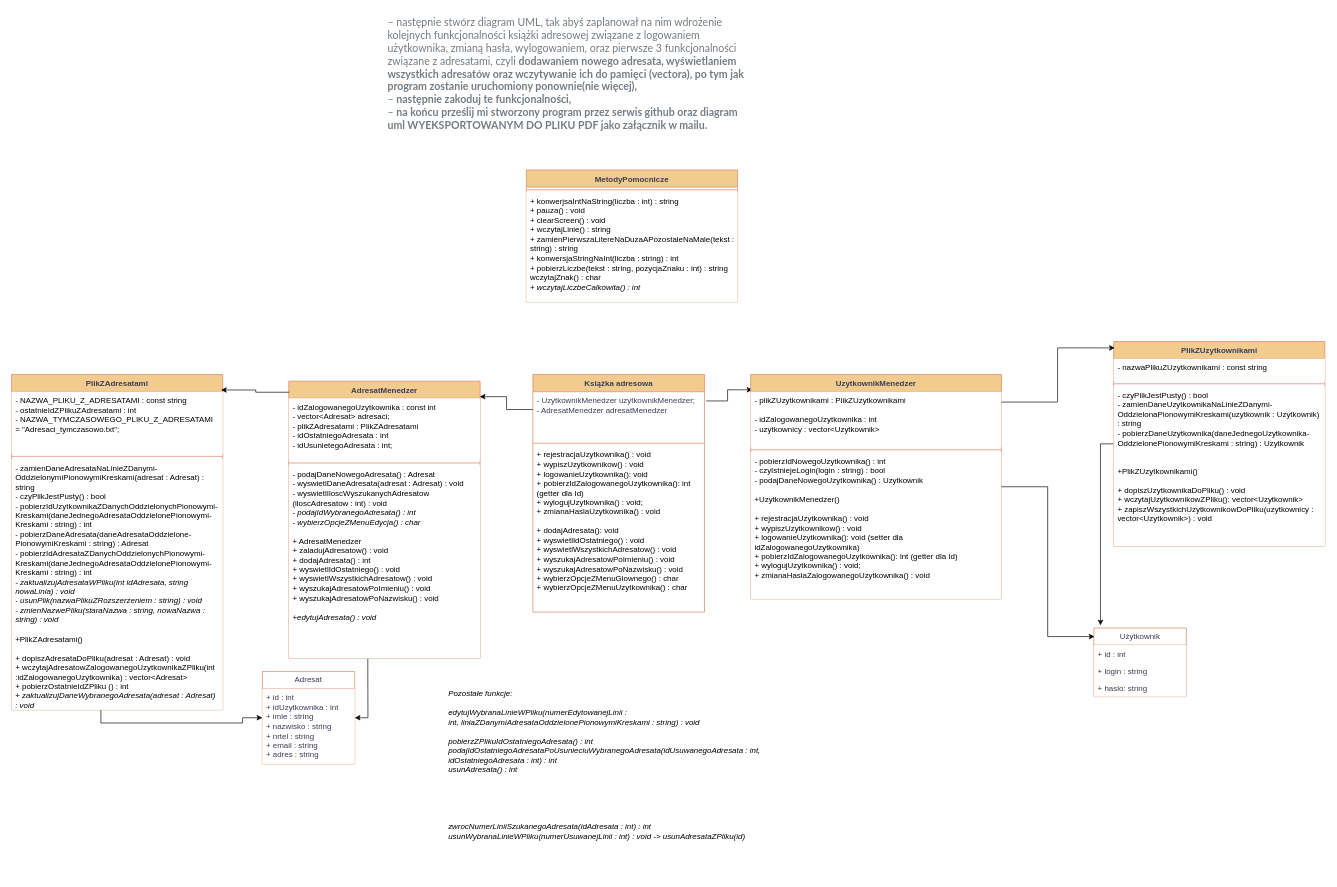
This is Ksiazka adresowa.drawio from endyyKD/KsiazkaAdresowa_OOP, a draw.io file, before an edit. Source tidied: cells renumbered, new cells numbered last; positions are measured from the earlier drawing's top-left corner, leaving out a move shared by most shapes. Both pictures are drawn from the tidied source at 66%, with x=0, y=0 at pixel (11, 11).
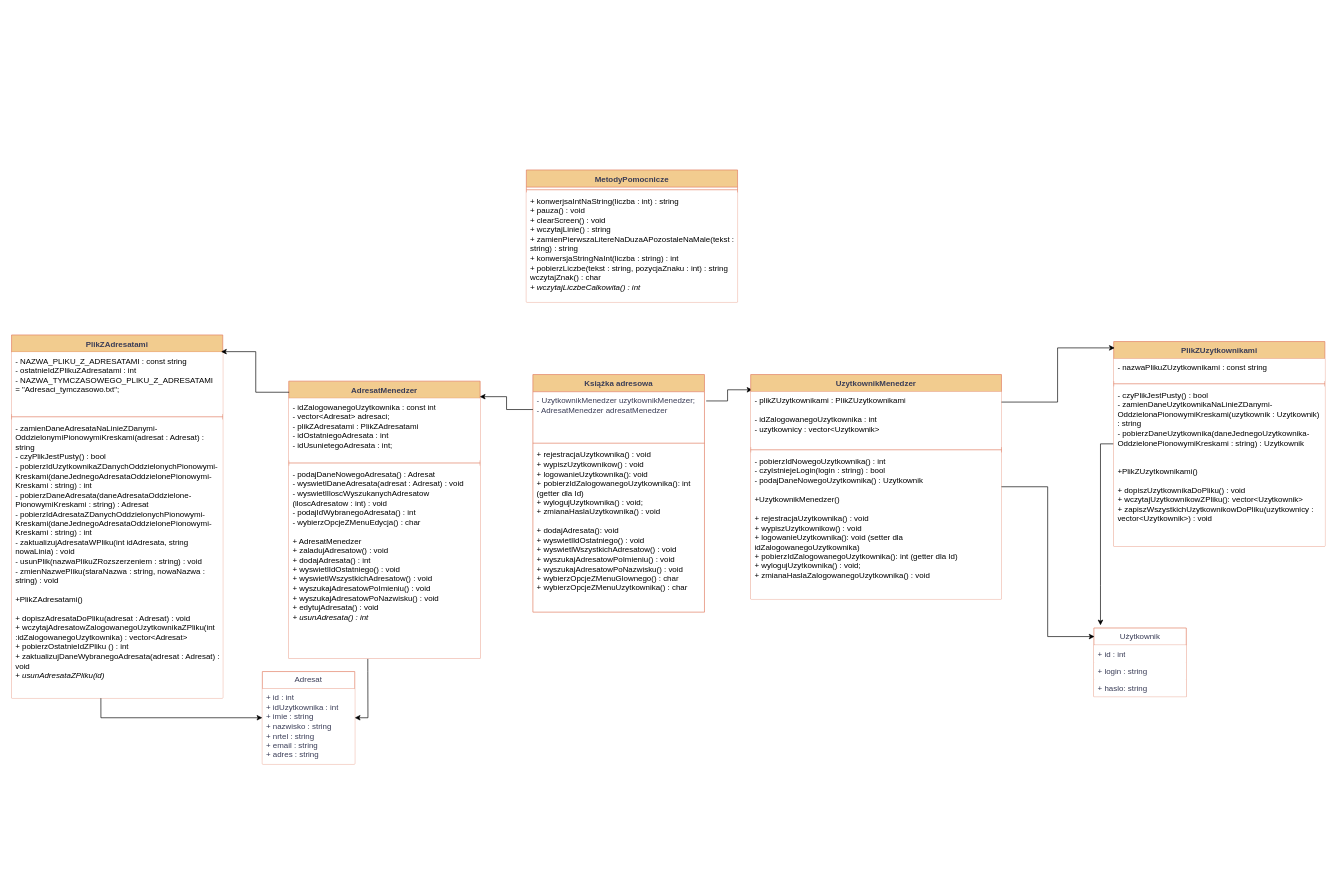
The same page after the edit.

The change refers to these unchanged cells:
```xml
<mxCell id="27" value="AdresatMenedzer" style="swimlane;fontStyle=1;align=center;verticalAlign=top;horizontal=1;startSize=26;whiteSpace=wrap;html=1;labelBackgroundColor=none;fillColor=#F2CC8F;strokeColor=#E07A5F;fontColor=#393C56;" parent="1" vertex="1">
  <mxGeometry x="420" y="560" width="290" height="420" as="geometry" />
</mxCell>
```

Diff of the diagram source:
```diff
@@
-    <mxCell id="25" value="Pozostałe funkcje:&#10;&#10;edytujWybranaLinieWPliku(numerEdytowanejLinii : int, liniaZDanymiAdresataOddzielonePionowymiKreskami : string) : void&#10;&#10;pobierzZPlikuIdOstatniegoAdresata() : int&#10;podajIdOstatniegoAdresataPoUsunieciuWybranegoAdresata(idUsuwanegoAdresata : int, idOstatniegoAdresata : int) : int&#10;usunAdresata() : int&#10;&#10;&#10;&#10;&#10;&#10;zwrocNumerLiniiSzukanegoAdresata(idAdresata : int) : int&#10;usunWybranaLinieWPliku(numerUsuwanejLinii : int) : void -&gt; usunAdresataZPliku(id)" style="text;whiteSpace=wrap;fontStyle=2;strokeColor=none;" parent="1" vertex="1">
-      <mxGeometry x="660" y="1020" width="560" height="290" as="geometry" />
-    </mxCell>
-    <mxCell id="26" value="&lt;span style=&quot;color: rgb(116, 124, 131); font-family: Lato, &amp;quot;Helvetica Neue&amp;quot;, Helvetica, Arial, San-serif; font-size: 16px; font-style: normal; font-variant-ligatures: normal; font-variant-caps: normal; font-weight: 400; letter-spacing: normal; orphans: 2; text-align: justify; text-indent: 0px; text-transform: none; widows: 2; word-spacing: 0px; -webkit-text-stroke-width: 0px; white-space: normal; background-color: rgb(255, 255, 255); text-decoration-thickness: initial; text-decoration-style: initial; text-decoration-color: initial; display: inline !important; float: none;&quot;&gt;– następnie stwórz diagram UML, tak abyś&amp;nbsp;zaplanował na nim wdrożenie kolejnych funkcjonalności książki adresowej związane z logowaniem użytkownika, zmianą hasła, wylogowaniem, oraz&amp;nbsp;pierwsze 3 funkcjonalności związane z adresatami, czyli&lt;span&gt;&amp;nbsp;&lt;/span&gt;&lt;/span&gt;&lt;strong style=&quot;box-sizing: border-box; font-weight: 700; color: rgb(116, 124, 131); font-family: Lato, &amp;quot;Helvetica Neue&amp;quot;, Helvetica, Arial, San-serif; font-size: 16px; font-style: normal; font-variant-ligatures: normal; font-variant-caps: normal; letter-spacing: normal; orphans: 2; text-align: justify; text-indent: 0px; text-transform: none; widows: 2; word-spacing: 0px; -webkit-text-stroke-width: 0px; white-space: normal; background-color: rgb(255, 255, 255); text-decoration-thickness: initial; text-decoration-style: initial; text-decoration-color: initial;&quot;&gt;dodawaniem nowego adresata, wyświetlaniem wszystkich adresatów oraz wczytywanie ich do pamięci (vectora), po tym jak program zostanie uruchomiony ponownie(nie więcej),&lt;/strong&gt;&lt;br style=&quot;box-sizing: border-box; color: rgb(116, 124, 131); font-family: Lato, &amp;quot;Helvetica Neue&amp;quot;, Helvetica, Arial, San-serif; font-size: 16px; font-style: normal; font-variant-ligatures: normal; font-variant-caps: normal; font-weight: 400; letter-spacing: normal; orphans: 2; text-align: justify; text-indent: 0px; text-transform: none; widows: 2; word-spacing: 0px; -webkit-text-stroke-width: 0px; white-space: normal; background-color: rgb(255, 255, 255); text-decoration-thickness: initial; text-decoration-style: initial; text-decoration-color: initial;&quot;&gt;&lt;span style=&quot;color: rgb(116, 124, 131); font-family: Lato, &amp;quot;Helvetica Neue&amp;quot;, Helvetica, Arial, San-serif; font-size: 16px; font-style: normal; font-variant-ligatures: normal; font-variant-caps: normal; font-weight: 400; letter-spacing: normal; orphans: 2; text-align: justify; text-indent: 0px; text-transform: none; widows: 2; word-spacing: 0px; -webkit-text-stroke-width: 0px; white-space: normal; background-color: rgb(255, 255, 255); text-decoration-thickness: initial; text-decoration-style: initial; text-decoration-color: initial; display: inline !important; float: none;&quot;&gt;–&lt;span&gt;&amp;nbsp;&lt;/span&gt;&lt;/span&gt;&lt;strong style=&quot;box-sizing: border-box; font-weight: 700; color: rgb(116, 124, 131); font-family: Lato, &amp;quot;Helvetica Neue&amp;quot;, Helvetica, Arial, San-serif; font-size: 16px; font-style: normal; font-variant-ligatures: normal; font-variant-caps: normal; letter-spacing: normal; orphans: 2; text-align: justify; text-indent: 0px; text-transform: none; widows: 2; word-spacing: 0px; -webkit-text-stroke-width: 0px; white-space: normal; background-color: rgb(255, 255, 255); text-decoration-thickness: initial; text-decoration-style: initial; text-decoration-color: initial;&quot;&gt;następnie zakoduj te funkcjonalności,&lt;/strong&gt;&lt;br style=&quot;box-sizing: border-box; color: rgb(116, 124, 131); font-family: Lato, &amp;quot;Helvetica Neue&amp;quot;, Helvetica, Arial, San-serif; font-size: 16px; font-style: normal; font-variant-ligatures: normal; font-variant-caps: normal; font-weight: 400; letter-spacing: normal; orphans: 2; text-align: justify; text-indent: 0px; text-transform: none; widows: 2; word-spacing: 0px; -webkit-text-stroke-width: 0px; white-space: normal; background-color: rgb(255, 255, 255); text-decoration-thickness: initial; text-decoration-style: initial; text-decoration-color: initial;&quot;&gt;&lt;span style=&quot;color: rgb(116, 124, 131); font-family: Lato, &amp;quot;Helvetica Neue&amp;quot;, Helvetica, Arial, San-serif; font-size: 16px; font-style: normal; font-variant-ligatures: normal; font-variant-caps: normal; font-weight: 400; letter-spacing: normal; orphans: 2; text-align: justify; text-indent: 0px; text-transform: none; widows: 2; word-spacing: 0px; -webkit-text-stroke-width: 0px; white-space: normal; background-color: rgb(255, 255, 255); text-decoration-thickness: initial; text-decoration-style: initial; text-decoration-color: initial; display: inline !important; float: none;&quot;&gt;–&lt;span&gt;&amp;nbsp;&lt;/span&gt;&lt;/span&gt;&lt;strong style=&quot;box-sizing: border-box; font-weight: 700; color: rgb(116, 124, 131); font-family: Lato, &amp;quot;Helvetica Neue&amp;quot;, Helvetica, Arial, San-serif; font-size: 16px; font-style: normal; font-variant-ligatures: normal; font-variant-caps: normal; letter-spacing: normal; orphans: 2; text-align: justify; text-indent: 0px; text-transform: none; widows: 2; word-spacing: 0px; -webkit-text-stroke-width: 0px; white-space: normal; background-color: rgb(255, 255, 255); text-decoration-thickness: initial; text-decoration-style: initial; text-decoration-color: initial;&quot;&gt;na końcu prześlij mi stworzony program przez serwis github oraz diagram uml WYEKSPORTOWANYM DO PLIKU PDF jako załącznik w mailu.&lt;/strong&gt;" style="text;whiteSpace=wrap;html=1;" parent="1" vertex="1">
-      <mxGeometry x="568" width="560" height="230" as="geometry" />
-    </mxCell>
@@
-    <mxCell id="30" value="&lt;div&gt;&lt;font color=&quot;#000000&quot;&gt;- podajDaneNowegoAdresata() : Adresat&lt;/font&gt;&lt;/div&gt;&lt;div&gt;&lt;span style=&quot;color: rgb(0, 0, 0); background-color: transparent;&quot;&gt;-&amp;nbsp;&lt;/span&gt;&lt;span style=&quot;color: rgb(0, 0, 0); background-color: transparent;&quot;&gt;wyswietlDaneAdresata(adresat : Adresat) : void&lt;/span&gt;&lt;/div&gt;&lt;div&gt;&lt;span style=&quot;color: rgb(0, 0, 0); background-color: transparent;&quot;&gt;-&amp;nbsp;&lt;/span&gt;&lt;span style=&quot;color: rgb(0, 0, 0); background-color: transparent;&quot;&gt;wyswietlIloscWyszukanychAdresatow (iloscAdresatow : int) : void&lt;/span&gt;&lt;/div&gt;&lt;div&gt;&lt;span style=&quot;background-color: transparent; color: rgb(0, 0, 0);&quot;&gt;-&amp;nbsp;&lt;/span&gt;&lt;span style=&quot;color: rgb(0, 0, 0); font-style: italic; background-color: transparent;&quot;&gt;podajIdWybranegoAdresata() : int&lt;/span&gt;&lt;/div&gt;&lt;div&gt;&lt;span style=&quot;background-color: transparent; color: rgb(0, 0, 0);&quot;&gt;-&amp;nbsp;&lt;/span&gt;&lt;span style=&quot;color: rgb(0, 0, 0); font-style: italic; background-color: transparent;&quot;&gt;wybierzOpcjeZMenuEdycja() : char&lt;/span&gt;&lt;/div&gt;&lt;div&gt;&lt;br&gt;&lt;/div&gt;&lt;div&gt;&lt;span style=&quot;background-color: transparent; color: rgb(0, 0, 0);&quot;&gt;+ AdresatMenedzer&lt;/span&gt;&lt;/div&gt;&lt;div&gt;&lt;span style=&quot;background-color: transparent; color: rgb(0, 0, 0);&quot;&gt;+ zaladujAdresatow() : void&lt;/span&gt;&lt;/div&gt;&lt;div&gt;&lt;span style=&quot;background-color: transparent; color: rgb(0, 0, 0);&quot;&gt;+ dodajAdresata() : int&lt;/span&gt;&lt;/div&gt;&lt;div&gt;&lt;span style=&quot;background-color: transparent; color: rgb(0, 0, 0);&quot;&gt;+&amp;nbsp;&lt;/span&gt;&lt;span style=&quot;background-color: transparent;&quot;&gt;&lt;font color=&quot;#000000&quot;&gt;wyswietlIdOstatniego() : void&lt;/font&gt;&lt;/span&gt;&lt;/div&gt;&lt;div&gt;&lt;span style=&quot;color: rgb(0, 0, 0); background-color: transparent;&quot;&gt;+ wyswietlWszystkichAdresatow() : void&lt;/span&gt;&lt;/div&gt;&lt;div&gt;&lt;span style=&quot;color: rgb(0, 0, 0); background-color: transparent;&quot;&gt;+&amp;nbsp;&lt;/span&gt;&lt;span style=&quot;color: rgb(0, 0, 0); background-color: transparent;&quot;&gt;wyszukajAdresatowPoImieniu() : void&lt;/span&gt;&lt;/div&gt;&lt;div&gt;&lt;span style=&quot;color: rgb(0, 0, 0); background-color: transparent;&quot;&gt;+ wyszukajAdresatowPoNazwisku() : void&lt;/span&gt;&lt;/div&gt;&lt;div&gt;&lt;span style=&quot;color: rgb(0, 0, 0); background-color: transparent;&quot;&gt;&lt;br&gt;&lt;/span&gt;&lt;/div&gt;&lt;div&gt;&lt;font color=&quot;#000000&quot;&gt;+&lt;/font&gt;&lt;span style=&quot;color: rgb(0, 0, 0); font-style: italic; background-color: transparent;&quot;&gt;edytujAdresata() : void&lt;/span&gt;&lt;/div&gt;&lt;div&gt;&lt;br&gt;&lt;/div&gt;" style="text;strokeColor=none;fillColor=default;align=left;verticalAlign=top;spacingLeft=4;spacingRight=4;overflow=hidden;points=[[0,0.5],[1,0.5]];portConstraint=eastwest;whiteSpace=wrap;html=1;labelBackgroundColor=none;fontColor=#393C56;" parent="27" vertex="1">
+    <mxCell id="30" value="&lt;div&gt;&lt;font color=&quot;#000000&quot;&gt;- podajDaneNowegoAdresata() : Adresat&lt;/font&gt;&lt;/div&gt;&lt;div&gt;&lt;span style=&quot;color: rgb(0, 0, 0); background-color: transparent;&quot;&gt;-&amp;nbsp;&lt;/span&gt;&lt;span style=&quot;color: rgb(0, 0, 0); background-color: transparent;&quot;&gt;wyswietlDaneAdresata(adresat : Adresat) : void&lt;/span&gt;&lt;/div&gt;&lt;div&gt;&lt;span style=&quot;color: rgb(0, 0, 0); background-color: transparent;&quot;&gt;-&amp;nbsp;&lt;/span&gt;&lt;span style=&quot;color: rgb(0, 0, 0); background-color: transparent;&quot;&gt;wyswietlIloscWyszukanychAdresatow (iloscAdresatow : int) : void&lt;/span&gt;&lt;/div&gt;&lt;div&gt;&lt;span style=&quot;background-color: transparent; color: rgb(0, 0, 0);&quot;&gt;-&amp;nbsp;&lt;/span&gt;&lt;span style=&quot;color: rgb(0, 0, 0); background-color: transparent;&quot;&gt;podajIdWybranegoAdresata() : int&lt;/span&gt;&lt;/div&gt;&lt;div&gt;&lt;span style=&quot;background-color: transparent; color: rgb(0, 0, 0);&quot;&gt;-&amp;nbsp;&lt;/span&gt;&lt;span style=&quot;color: rgb(0, 0, 0); background-color: transparent;&quot;&gt;wybierzOpcjeZMenuEdycja() : char&lt;/span&gt;&lt;/div&gt;&lt;div&gt;&lt;br&gt;&lt;/div&gt;&lt;div&gt;&lt;span style=&quot;background-color: transparent; color: rgb(0, 0, 0);&quot;&gt;+ AdresatMenedzer&lt;/span&gt;&lt;/div&gt;&lt;div&gt;&lt;span style=&quot;background-color: transparent; color: rgb(0, 0, 0);&quot;&gt;+ zaladujAdresatow() : void&lt;/span&gt;&lt;/div&gt;&lt;div&gt;&lt;span style=&quot;background-color: transparent; color: rgb(0, 0, 0);&quot;&gt;+ dodajAdresata() : int&lt;/span&gt;&lt;/div&gt;&lt;div&gt;&lt;span style=&quot;background-color: transparent; color: rgb(0, 0, 0);&quot;&gt;+&amp;nbsp;&lt;/span&gt;&lt;span style=&quot;background-color: transparent;&quot;&gt;&lt;font color=&quot;#000000&quot;&gt;wyswietlIdOstatniego() : void&lt;/font&gt;&lt;/span&gt;&lt;/div&gt;&lt;div&gt;&lt;span style=&quot;color: rgb(0, 0, 0); background-color: transparent;&quot;&gt;+ wyswietlWszystkichAdresatow() : void&lt;/span&gt;&lt;/div&gt;&lt;div&gt;&lt;span style=&quot;color: rgb(0, 0, 0); background-color: transparent;&quot;&gt;+&amp;nbsp;&lt;/span&gt;&lt;span style=&quot;color: rgb(0, 0, 0); background-color: transparent;&quot;&gt;wyszukajAdresatowPoImieniu() : void&lt;/span&gt;&lt;/div&gt;&lt;div&gt;&lt;span style=&quot;color: rgb(0, 0, 0); background-color: transparent;&quot;&gt;+ wyszukajAdresatowPoNazwisku() : void&lt;/span&gt;&lt;/div&gt;&lt;div&gt;&lt;font style=&quot;background-color: transparent;&quot; color=&quot;#000000&quot;&gt;+&amp;nbsp;&lt;/font&gt;&lt;span style=&quot;background-color: transparent; color: rgb(0, 0, 0);&quot;&gt;edytujAdresata() : void&lt;/span&gt;&lt;/div&gt;&lt;div&gt;&lt;span style=&quot;background-color: transparent; color: rgb(0, 0, 0);&quot;&gt;&lt;span style=&quot;font-style: italic;&quot;&gt;+ usunAdresata() : int&lt;/span&gt;&lt;/span&gt;&lt;/div&gt;&lt;div&gt;&lt;br&gt;&lt;/div&gt;" style="text;strokeColor=none;fillColor=default;align=left;verticalAlign=top;spacingLeft=4;spacingRight=4;overflow=hidden;points=[[0,0.5],[1,0.5]];portConstraint=eastwest;whiteSpace=wrap;html=1;labelBackgroundColor=none;fontColor=#393C56;" parent="27" vertex="1">
       <mxGeometry y="128" width="290" height="292" as="geometry" />
     </mxCell>
@@
     <mxCell id="34" value="PlikZAdresatami" style="swimlane;fontStyle=1;align=center;verticalAlign=top;horizontal=1;startSize=26;whiteSpace=wrap;html=1;labelBackgroundColor=none;fillColor=#F2CC8F;strokeColor=#E07A5F;fontColor=#393C56;" parent="1" vertex="1">
-      <mxGeometry y="550" width="320" height="508" as="geometry" />
+      <mxGeometry y="490" width="320" height="550" as="geometry" />
     </mxCell>
@@
-    <mxCell id="37" value="&lt;div&gt;&lt;span style=&quot;color: rgb(0, 0, 0);&quot;&gt;- zamienDaneAdresataNaLinieZDanymi-OddzielonymiPionowymiKreskami(adresat : Adresat) : string&lt;/span&gt;&lt;/div&gt;&lt;div&gt;&lt;span style=&quot;color: rgb(0, 0, 0);&quot;&gt;&lt;div style=&quot;color: rgb(0, 0, 0);&quot;&gt;&lt;div style=&quot;padding: 0px; margin: 0px;&quot;&gt;&lt;span style=&quot;background-color: transparent;&quot;&gt;- czyPlikJestPusty() : bool&lt;/span&gt;&lt;/div&gt;&lt;/div&gt;&lt;div style=&quot;color: rgb(0, 0, 0);&quot;&gt;-&amp;nbsp;&lt;span style=&quot;background-color: transparent;&quot;&gt;pobierzIdUzytkownikaZDanychOddzielonychPionowymi-Kreskami(daneJednegoAdresataOddzielonePionowymi-Kreskami : string) : int&lt;/span&gt;&lt;/div&gt;&lt;div style=&quot;color: rgb(0, 0, 0);&quot;&gt;-&amp;nbsp;&lt;span style=&quot;background-color: transparent;&quot;&gt;pobierzDaneAdresata(daneAdresataOddzielone-PionowymiKreskami : string) : Adresat&lt;/span&gt;&lt;/div&gt;&lt;div style=&quot;color: rgb(0, 0, 0);&quot;&gt;&lt;span style=&quot;background-color: transparent;&quot;&gt;-&amp;nbsp;&lt;/span&gt;&lt;span style=&quot;background-color: transparent;&quot;&gt;pobierzIdAdresataZDanychOddzielonychPionowymi-Kreskami(daneJednegoAdresataOddzielonePionowymi-Kreskami : string) : int&lt;/span&gt;&lt;/div&gt;&lt;div style=&quot;color: rgb(0, 0, 0);&quot;&gt;&lt;i&gt;&lt;span style=&quot;color: rgb(0, 0, 0); background-color: transparent;&quot;&gt;-&amp;nbsp;&lt;/span&gt;&lt;span style=&quot;background-color: transparent;&quot;&gt;&lt;font color=&quot;#000000&quot;&gt;zaktualizujAdresataWPliku(int idAdresata, string nowaLinia) : void&lt;/font&gt;&lt;/span&gt;&lt;/i&gt;&lt;/div&gt;&lt;div style=&quot;color: rgb(0, 0, 0);&quot;&gt;&lt;span style=&quot;background-color: transparent;&quot;&gt;-&amp;nbsp;&lt;/span&gt;&lt;span style=&quot;font-style: italic; background-color: transparent;&quot;&gt;usunPlik(nazwaPlikuZRozszerzeniem : string) : void&lt;/span&gt;&lt;/div&gt;&lt;div style=&quot;color: rgb(0, 0, 0);&quot;&gt;&lt;span style=&quot;background-color: transparent;&quot;&gt;-&amp;nbsp;&lt;/span&gt;&lt;span style=&quot;font-style: italic; background-color: transparent;&quot;&gt;zmienNazwePliku(staraNazwa : string, nowaNazwa : string) : void&lt;/span&gt;&lt;/div&gt;&lt;div style=&quot;color: rgb(0, 0, 0);&quot;&gt;&lt;span style=&quot;background-color: transparent;&quot;&gt;&lt;br&gt;&lt;/span&gt;&lt;/div&gt;&lt;div style=&quot;color: rgb(0, 0, 0);&quot;&gt;&lt;div style=&quot;color: rgb(57, 60, 86);&quot;&gt;&lt;span style=&quot;color: rgb(0, 0, 0);&quot;&gt;+PlikZAdresatami()&lt;/span&gt;&lt;/div&gt;&lt;div style=&quot;color: rgb(57, 60, 86);&quot;&gt;&lt;span style=&quot;color: rgb(0, 0, 0);&quot;&gt;&lt;br&gt;&lt;/span&gt;&lt;/div&gt;&lt;div style=&quot;color: rgb(57, 60, 86);&quot;&gt;&lt;span style=&quot;color: rgb(0, 0, 0);&quot;&gt;+ dopiszAdresataDoPliku(adresat : Adresat) : void&lt;/span&gt;&lt;/div&gt;&lt;div style=&quot;color: rgb(57, 60, 86);&quot;&gt;&lt;span style=&quot;color: rgb(0, 0, 0); background-color: transparent;&quot;&gt;+ wczytajAdresatowZalogowanegoUzytkownikaZPliku(int :idZalogowanegoUzytkownika) : vector&amp;lt;Adresat&amp;gt;&lt;/span&gt;&lt;/div&gt;&lt;div style=&quot;color: rgb(57, 60, 86);&quot;&gt;&lt;span style=&quot;color: rgb(0, 0, 0); background-color: transparent;&quot;&gt;+&amp;nbsp;&lt;/span&gt;&lt;span style=&quot;background-color: transparent;&quot;&gt;&lt;font color=&quot;#000000&quot;&gt;pobierzOstatnieIdZPliku () : int&lt;/font&gt;&lt;/span&gt;&lt;/div&gt;&lt;div style=&quot;color: rgb(57, 60, 86);&quot;&gt;&lt;span style=&quot;background-color: transparent; color: rgb(0, 0, 0);&quot;&gt;+&amp;nbsp;&lt;/span&gt;&lt;span style=&quot;background-color: transparent; color: rgb(0, 0, 0); font-style: italic;&quot;&gt;zaktualizujDaneWybranegoAdresata(adresat : Adresat) : void&lt;/span&gt;&lt;/div&gt;&lt;div&gt;&lt;span style=&quot;background-color: transparent; color: rgb(0, 0, 0); font-style: italic;&quot;&gt;&lt;br&gt;&lt;/span&gt;&lt;/div&gt;&lt;div style=&quot;color: rgb(57, 60, 86);&quot;&gt;&lt;br&gt;&lt;/div&gt;&lt;div style=&quot;color: rgb(57, 60, 86);&quot;&gt;&lt;br&gt;&lt;/div&gt;&lt;div style=&quot;color: rgb(57, 60, 86);&quot;&gt;&lt;br&gt;&lt;/div&gt;&lt;/div&gt;&lt;/span&gt;&lt;/div&gt;" style="text;strokeColor=none;fillColor=default;align=left;verticalAlign=top;spacingLeft=4;spacingRight=4;overflow=hidden;points=[[0,0.5],[1,0.5]];portConstraint=eastwest;whiteSpace=wrap;html=1;labelBackgroundColor=none;fontColor=#393C56;" parent="34" vertex="1">
-      <mxGeometry y="128" width="320" height="380" as="geometry" />
+    <mxCell id="37" value="&lt;div&gt;&lt;span style=&quot;color: rgb(0, 0, 0);&quot;&gt;- zamienDaneAdresataNaLinieZDanymi-OddzielonymiPionowymiKreskami(adresat : Adresat) : string&lt;/span&gt;&lt;/div&gt;&lt;div&gt;&lt;span style=&quot;color: rgb(0, 0, 0);&quot;&gt;&lt;div style=&quot;color: rgb(0, 0, 0);&quot;&gt;&lt;div style=&quot;padding: 0px; margin: 0px;&quot;&gt;&lt;span style=&quot;background-color: transparent;&quot;&gt;- czyPlikJestPusty() : bool&lt;/span&gt;&lt;/div&gt;&lt;/div&gt;&lt;div style=&quot;color: rgb(0, 0, 0);&quot;&gt;-&amp;nbsp;&lt;span style=&quot;background-color: transparent;&quot;&gt;pobierzIdUzytkownikaZDanychOddzielonychPionowymi-Kreskami(daneJednegoAdresataOddzielonePionowymi-Kreskami : string) : int&lt;/span&gt;&lt;/div&gt;&lt;div style=&quot;color: rgb(0, 0, 0);&quot;&gt;-&amp;nbsp;&lt;span style=&quot;background-color: transparent;&quot;&gt;pobierzDaneAdresata(daneAdresataOddzielone-PionowymiKreskami : string) : Adresat&lt;/span&gt;&lt;/div&gt;&lt;div style=&quot;color: rgb(0, 0, 0);&quot;&gt;&lt;span style=&quot;background-color: transparent;&quot;&gt;-&amp;nbsp;&lt;/span&gt;&lt;span style=&quot;background-color: transparent;&quot;&gt;pobierzIdAdresataZDanychOddzielonychPionowymi-Kreskami(daneJednegoAdresataOddzielonePionowymi-Kreskami : string) : int&lt;/span&gt;&lt;/div&gt;&lt;div style=&quot;color: rgb(0, 0, 0);&quot;&gt;&lt;span style=&quot;color: rgb(0, 0, 0); background-color: transparent;&quot;&gt;-&amp;nbsp;&lt;/span&gt;&lt;span style=&quot;background-color: transparent;&quot;&gt;&lt;font color=&quot;#000000&quot;&gt;zaktualizujAdresataWPliku(int idAdresata, string nowaLinia) : void&lt;/font&gt;&lt;/span&gt;&lt;/div&gt;&lt;div style=&quot;color: rgb(0, 0, 0);&quot;&gt;&lt;span style=&quot;background-color: transparent;&quot;&gt;-&amp;nbsp;&lt;/span&gt;&lt;span style=&quot;background-color: transparent;&quot;&gt;usunPlik(nazwaPlikuZRozszerzeniem : string) : void&lt;/span&gt;&lt;/div&gt;&lt;div style=&quot;color: rgb(0, 0, 0);&quot;&gt;&lt;span style=&quot;background-color: transparent;&quot;&gt;-&amp;nbsp;&lt;/span&gt;&lt;span style=&quot;background-color: transparent;&quot;&gt;zmienNazwePliku(staraNazwa : string, nowaNazwa : string) : void&lt;/span&gt;&lt;/div&gt;&lt;div style=&quot;color: rgb(0, 0, 0);&quot;&gt;&lt;span style=&quot;background-color: transparent;&quot;&gt;&lt;br&gt;&lt;/span&gt;&lt;/div&gt;&lt;div style=&quot;color: rgb(0, 0, 0);&quot;&gt;&lt;div style=&quot;color: rgb(57, 60, 86);&quot;&gt;&lt;span style=&quot;color: rgb(0, 0, 0);&quot;&gt;+PlikZAdresatami()&lt;/span&gt;&lt;/div&gt;&lt;div style=&quot;color: rgb(57, 60, 86);&quot;&gt;&lt;span style=&quot;color: rgb(0, 0, 0);&quot;&gt;&lt;br&gt;&lt;/span&gt;&lt;/div&gt;&lt;div style=&quot;color: rgb(57, 60, 86);&quot;&gt;&lt;span style=&quot;color: rgb(0, 0, 0);&quot;&gt;+ dopiszAdresataDoPliku(adresat : Adresat) : void&lt;/span&gt;&lt;/div&gt;&lt;div style=&quot;color: rgb(57, 60, 86);&quot;&gt;&lt;span style=&quot;color: rgb(0, 0, 0); background-color: transparent;&quot;&gt;+ wczytajAdresatowZalogowanegoUzytkownikaZPliku(int :idZalogowanegoUzytkownika) : vector&amp;lt;Adresat&amp;gt;&lt;/span&gt;&lt;/div&gt;&lt;div style=&quot;color: rgb(57, 60, 86);&quot;&gt;&lt;span style=&quot;color: rgb(0, 0, 0); background-color: transparent;&quot;&gt;+&amp;nbsp;&lt;/span&gt;&lt;span style=&quot;background-color: transparent;&quot;&gt;&lt;font color=&quot;#000000&quot;&gt;pobierzOstatnieIdZPliku () : int&lt;/font&gt;&lt;/span&gt;&lt;/div&gt;&lt;div style=&quot;color: rgb(57, 60, 86);&quot;&gt;&lt;span style=&quot;background-color: transparent; color: rgb(0, 0, 0);&quot;&gt;+&amp;nbsp;&lt;/span&gt;&lt;span style=&quot;background-color: transparent; color: rgb(0, 0, 0);&quot;&gt;zaktualizujDaneWybranegoAdresata(adresat : Adresat) : void&lt;/span&gt;&lt;/div&gt;&lt;div style=&quot;color: rgb(57, 60, 86);&quot;&gt;&lt;span style=&quot;background-color: transparent; color: rgb(0, 0, 0);&quot;&gt;+&amp;nbsp;&lt;/span&gt;&lt;span style=&quot;font-style: italic; color: rgb(0, 0, 0); background-color: transparent;&quot;&gt;usunAdresataZPliku(id)&lt;/span&gt;&lt;/div&gt;&lt;div&gt;&lt;span style=&quot;background-color: transparent; color: rgb(0, 0, 0); font-style: italic;&quot;&gt;&lt;br&gt;&lt;/span&gt;&lt;/div&gt;&lt;div style=&quot;color: rgb(57, 60, 86);&quot;&gt;&lt;br&gt;&lt;/div&gt;&lt;div style=&quot;color: rgb(57, 60, 86);&quot;&gt;&lt;br&gt;&lt;/div&gt;&lt;div style=&quot;color: rgb(57, 60, 86);&quot;&gt;&lt;br&gt;&lt;/div&gt;&lt;/div&gt;&lt;/span&gt;&lt;/div&gt;" style="text;strokeColor=none;fillColor=default;align=left;verticalAlign=top;spacingLeft=4;spacingRight=4;overflow=hidden;points=[[0,0.5],[1,0.5]];portConstraint=eastwest;whiteSpace=wrap;html=1;labelBackgroundColor=none;fontColor=#393C56;" parent="34" vertex="1">
+      <mxGeometry y="128" width="320" height="422" as="geometry" />
     </mxCell>
```
